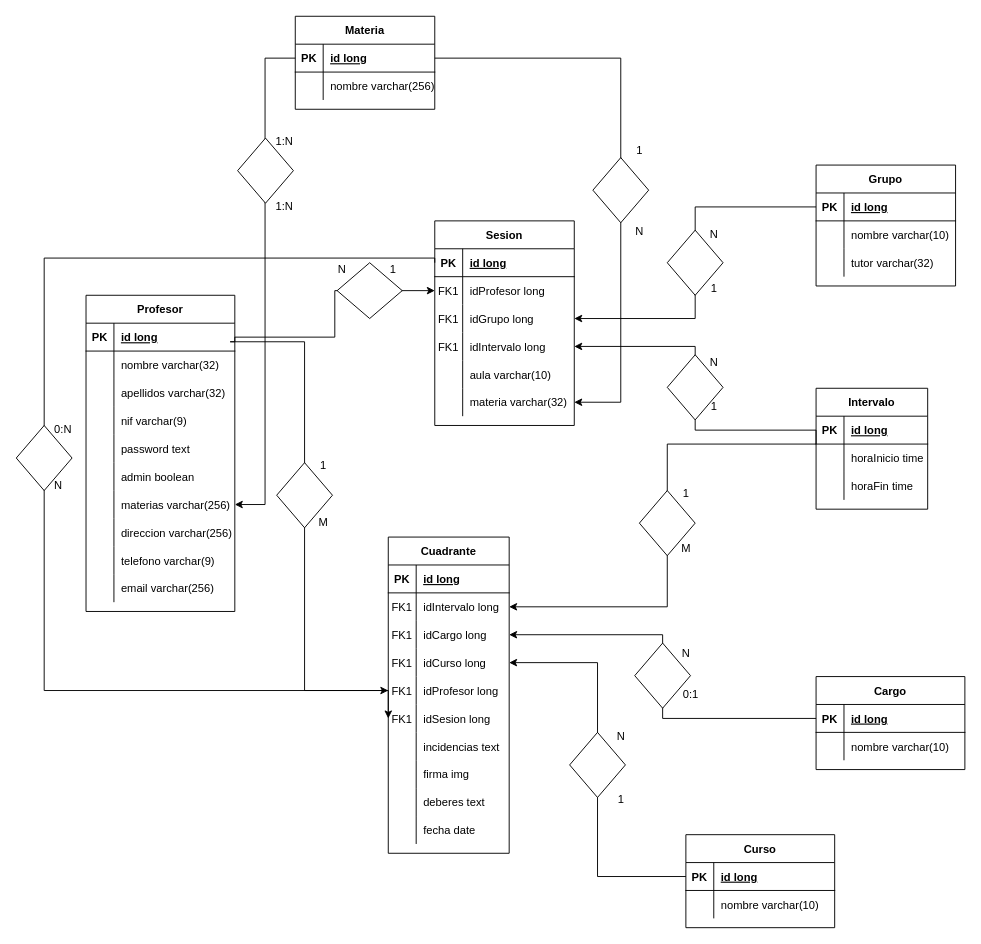
The draw.io diagram bbdd.drawio in daviddoichita/ProyectoDAW-DavidD-Cesar-Carlos, before the edit. Source tidied: cells renumbered, new cells numbered last; positions are measured from the earlier drawing's top-left corner, leaving out a move shared by most shapes. Both pictures are drawn from the tidied source at 93%, with x=0, y=0 at pixel (16, 16).
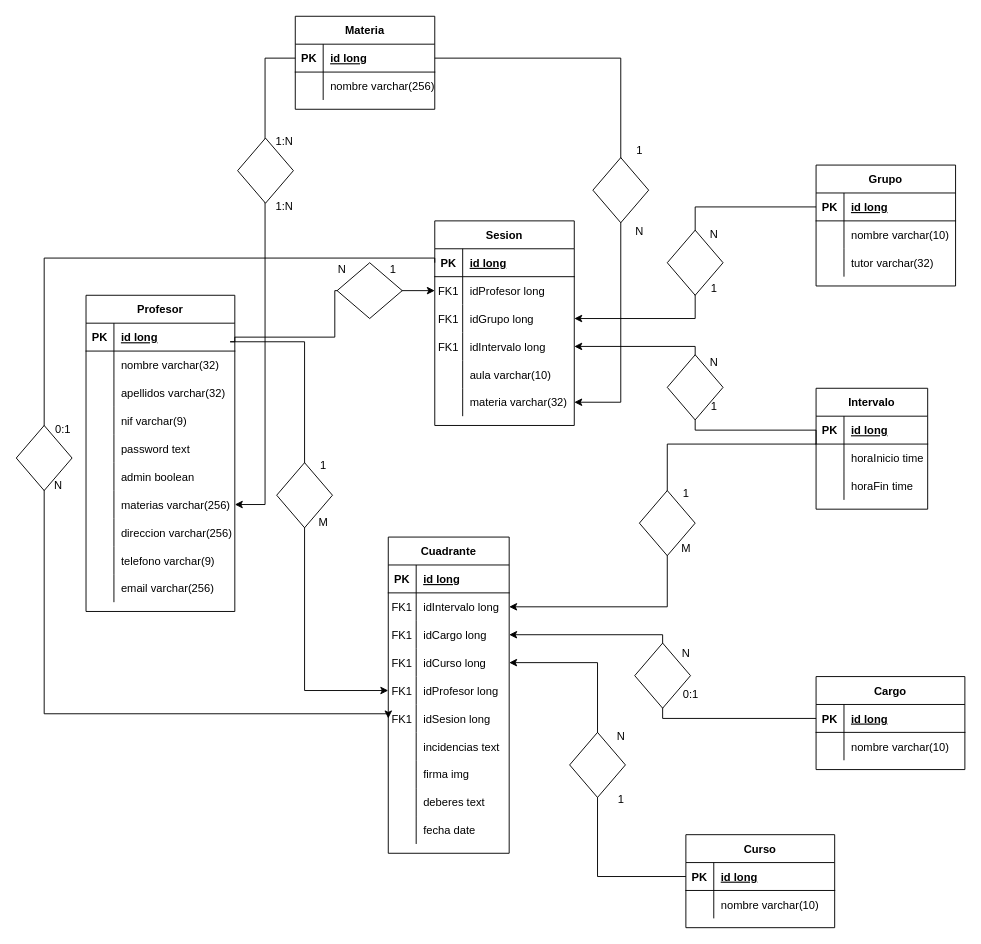
Above is the later version.

Commit message (it also covers changes not shown here):
adelantos bbdd

The change refers to these unchanged cells:
```xml
<mxCell id="41" style="shape=partialRectangle;fillColor=none;points=[[0,0.5],[1,0.5]];portConstraint=eastwest;top=0;left=0;right=0;bottom=1;" parent="40" vertex="1">
  <mxGeometry y="30" width="150" height="30" as="geometry" />
</mxCell>
<mxCell id="95" style="shape=partialRectangle;fillColor=none;points=[[0,0.5],[1,0.5]];portConstraint=eastwest;top=0;left=0;right=0;bottom=0;" parent="79" vertex="1">
  <mxGeometry y="180" width="130" height="30" as="geometry" />
</mxCell>
```

Change to the diagram source:
```diff
@@
     <mxCell id="114" style="endArrow=classic;html=1;rounded=0;exitX=0;exitY=0.5;exitDx=0;exitDy=0;entryX=0;entryY=0.5;entryDx=0;entryDy=0;edgeStyle=orthogonalEdgeStyle;" parent="1" edge="1" source="41" target="95">
       <mxGeometry relative="1" as="geometry">
         <Array as="points">
           <mxPoint x="450" y="260" />
           <mxPoint x="30" y="260" />
-          <mxPoint x="30" y="725" />
+          <mxPoint x="30" y="750" />
+          <mxPoint x="400" y="750" />
         </Array>
       </mxGeometry>
     </mxCell>
@@
-    <mxCell id="125" value="0:N" style="text;html=1;align=center;verticalAlign=middle;strokeColor=none;fillColor=none;" parent="1" vertex="1">
+    <mxCell id="125" value="0:1" style="text;html=1;align=center;verticalAlign=middle;strokeColor=none;fillColor=none;" parent="1" vertex="1">
       <mxGeometry x="30" y="430" width="40" height="30" as="geometry" />
     </mxCell>
```
